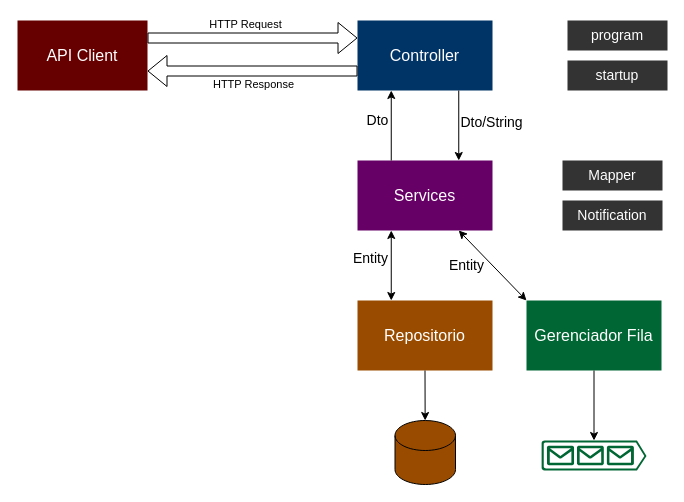
Above: doc/solution.drawio in casje/labs-xunit (draw.io), before the change. Source tidied: cells renumbered, new cells numbered last; positions are measured from the earlier drawing's top-left corner, leaving out a move shared by most shapes. Both pictures are drawn from the tidied source at 100%, with x=0, y=0 at pixel (17, 20).
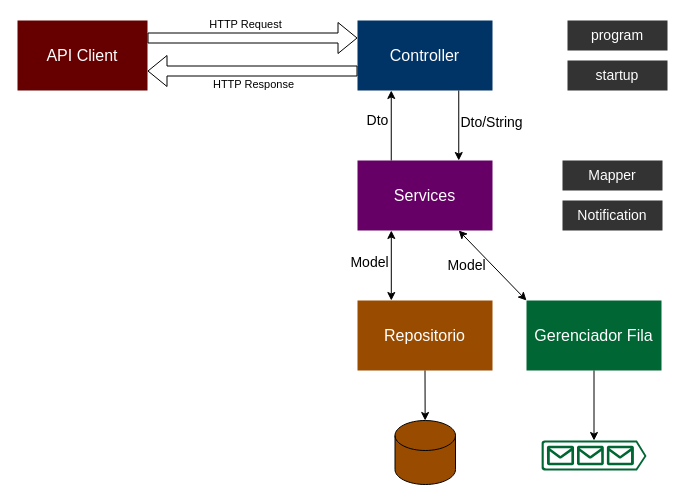
The same page after the edit.

The change refers to these unchanged cells:
```xml
<mxCell id="6" value="Services" style="rounded=0;whiteSpace=wrap;html=1;strokeColor=none;fontSize=16;fillColor=#660066;fontColor=#FFFFFF;" parent="1" vertex="1">
  <mxGeometry x="340" y="140" width="135" height="70" as="geometry" />
</mxCell>
<mxCell id="7" value="Repositorio" style="rounded=0;whiteSpace=wrap;html=1;strokeColor=none;fontSize=16;fillColor=#994C00;fontColor=#FFFFFF;" parent="1" vertex="1">
  <mxGeometry x="340" y="280" width="135" height="70" as="geometry" />
</mxCell>
```

What changed in the source:
```diff
@@
-    <mxCell id="20" value="Entity" style="endArrow=classic;startArrow=classic;html=1;labelBackgroundColor=none;strokeColor=#000000;fontSize=14;fontColor=#000000;exitX=0.25;exitY=0;exitDx=0;exitDy=0;entryX=0.25;entryY=1;entryDx=0;entryDy=0;" parent="1" edge="1" source="7" target="6">
-      <mxGeometry x="0.2" y="21" relative="1" as="geometry" />
+    <mxCell id="20" value="Model" style="endArrow=classic;startArrow=classic;html=1;labelBackgroundColor=none;strokeColor=#000000;fontSize=14;fontColor=#000000;exitX=0.25;exitY=0;exitDx=0;exitDy=0;entryX=0.25;entryY=1;entryDx=0;entryDy=0;" parent="1" edge="1">
+      <mxGeometry x="0.09" y="22" relative="1" as="geometry">
+        <mxPoint x="373.8" y="280" as="sourcePoint" />
+        <mxPoint x="373.8" y="210" as="targetPoint" />
+      </mxGeometry>
     </mxCell>
-    <mxCell id="21" value="Entity" style="endArrow=classic;startArrow=classic;html=1;labelBackgroundColor=none;strokeColor=#000000;fontSize=14;fontColor=#000000;exitX=0;exitY=0;exitDx=0;exitDy=0;entryX=0.75;entryY=1;entryDx=0;entryDy=0;" parent="1" edge="1">
+    <mxCell id="21" value="Model" style="endArrow=classic;startArrow=classic;html=1;labelBackgroundColor=none;strokeColor=#000000;fontSize=14;fontColor=#000000;exitX=0;exitY=0;exitDx=0;exitDy=0;entryX=0.75;entryY=1;entryDx=0;entryDy=0;" parent="1" edge="1">
       <mxGeometry x="0.37" y="19" relative="1" as="geometry">
         <mxPoint x="509" y="280" as="sourcePoint" />
         <mxPoint x="441.2" y="210" as="targetPoint" />
       </mxGeometry>
     </mxCell>
```
